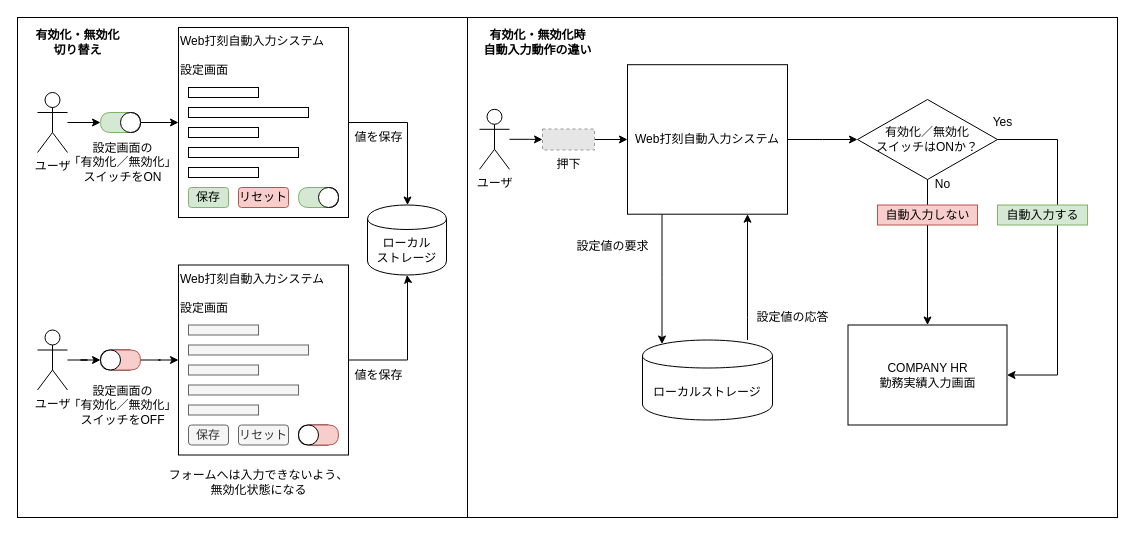
Above: doc/drawio/11.drawio in euphmat/AutoWebDakoku (draw.io), before the change. Source tidied: cells renumbered, new cells numbered last; positions are measured from the earlier drawing's top-left corner, leaving out a move shared by most shapes. Both pictures are drawn from the tidied source at 100%, with x=0, y=0 at pixel (17, 17). Pictures stored in the file or linked from it are replaced by grey dashed boxes.
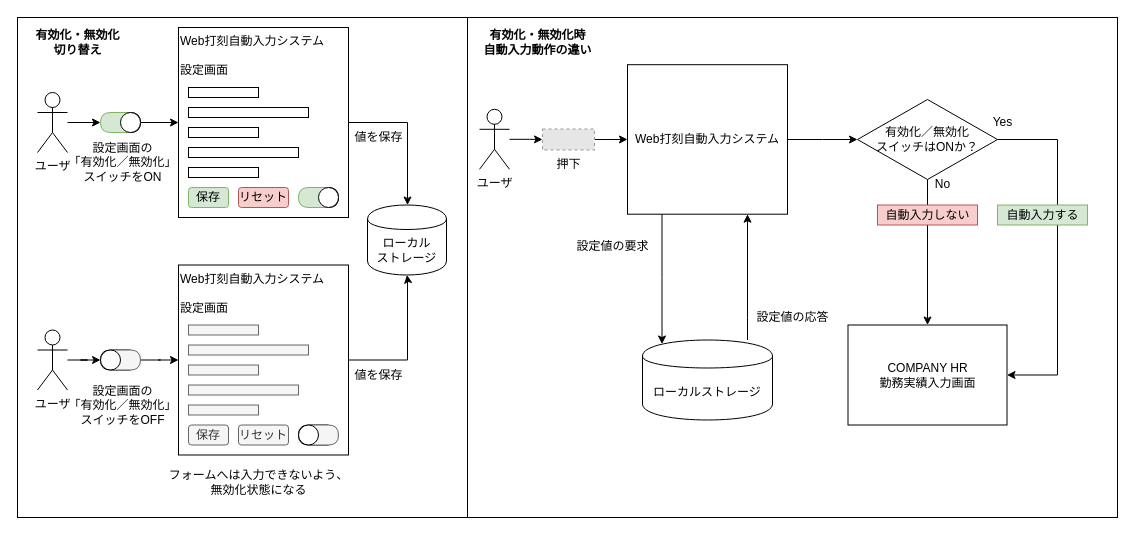
The same diagram, later.

What changed in the source:
```diff
@@
-    <mxCell id="37" style="shape=delay;whiteSpace=wrap;html=1;fillColor=#f8cecc;strokeColor=#b85450;" parent="1" vertex="1">
+    <mxCell id="37" style="shape=delay;whiteSpace=wrap;html=1;fillColor=#f5f5f5;strokeColor=#666666;fontColor=#333333;" parent="1" vertex="1">
       <mxGeometry x="291" y="407.5" width="30" height="20" as="geometry" />
     </mxCell>
@@
-    <mxCell id="41" style="shape=delay;whiteSpace=wrap;html=1;fillColor=#f8cecc;strokeColor=#b85450;" parent="1" vertex="1">
+    <mxCell id="41" style="shape=delay;whiteSpace=wrap;html=1;fillColor=#f5f5f5;strokeColor=#666666;fontColor=#333333;" parent="1" vertex="1">
       <mxGeometry x="93" y="332.5" width="30" height="20" as="geometry" />
     </mxCell>
```
